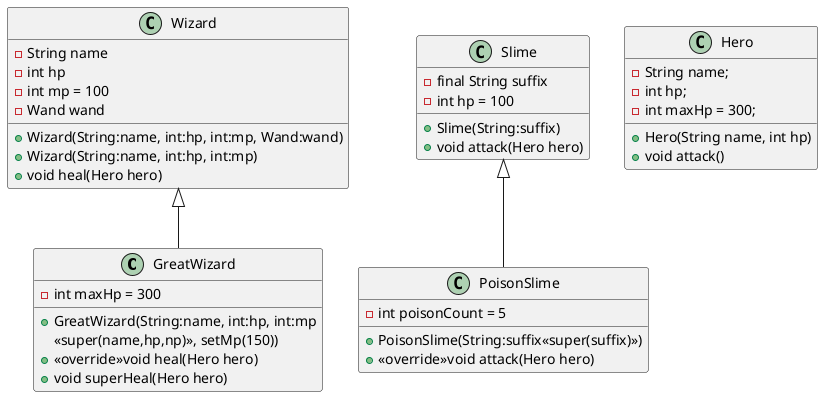
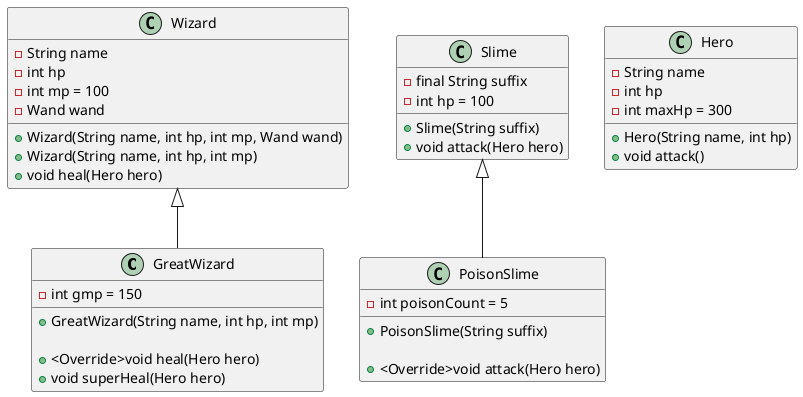
@startuml
scale 1

class GreatWizard extends Wizard {
-     -int maxHp = 300
-     +GreatWizard(String:name, int:hp, int:mp
-     <<super(name,hp,np)>>, setMp(150))
-     +<<override>>void heal(Hero hero)
+     -int gmp = 150
+     +GreatWizard(String name, int hp, int mp)
+ 
+     +<Override>void heal(Hero hero)
    +void superHeal(Hero hero)
}

class Wizard {
    -String name
    -int hp
    -int mp = 100
    -Wand wand

-     +Wizard(String:name, int:hp, int:mp, Wand:wand)
-     +Wizard(String:name, int:hp, int:mp)
+     +Wizard(String name, int hp, int mp, Wand wand)
+     +Wizard(String name, int hp, int mp)
    +void heal(Hero hero)
}


class PoisonSlime extends Slime {
    -int poisonCount = 5

-     +PoisonSlime(String:suffix<<super(suffix)>>)
-     +<<override>>void attack(Hero hero)
+     +PoisonSlime(String suffix)
+ 
+     +<Override>void attack(Hero hero)
}

class Slime {
    -final String suffix
    -int hp = 100

-     +Slime(String:suffix)
+     +Slime(String suffix)
    +void attack(Hero hero)
}

class Hero {
-     -String name;
-     -int hp;
-     -int maxHp = 300;
+     -String name
+     -int hp
+     -int maxHp = 300

    +Hero(String name, int hp)
    +void attack()
}


@enduml